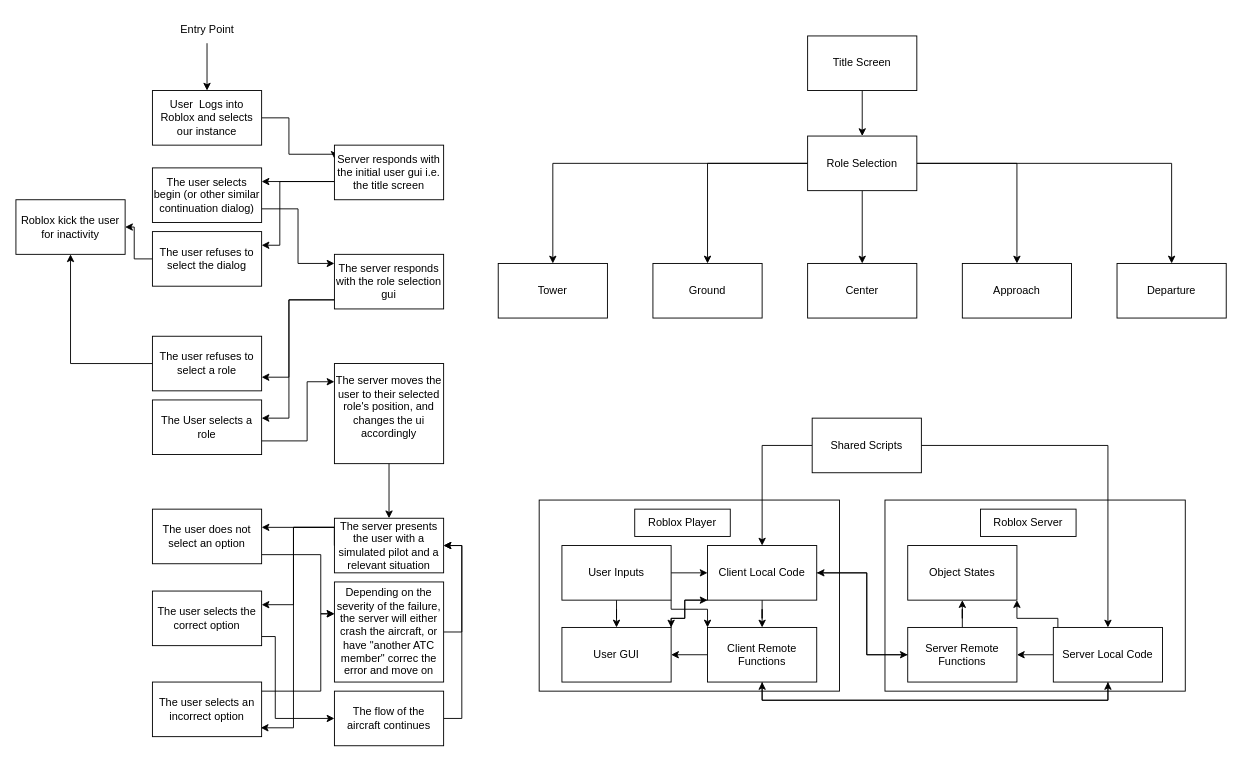
The draw.io diagram High_Level_Design.drawio in apant265/RobloxAirportSim, before the edit. Source tidied: cells renumbered, new cells numbered last; positions are measured from the earlier drawing's top-left corner, leaving out a move shared by most shapes. Both pictures are drawn from the tidied source at 91%, with x=0, y=0 at pixel (15, 15).
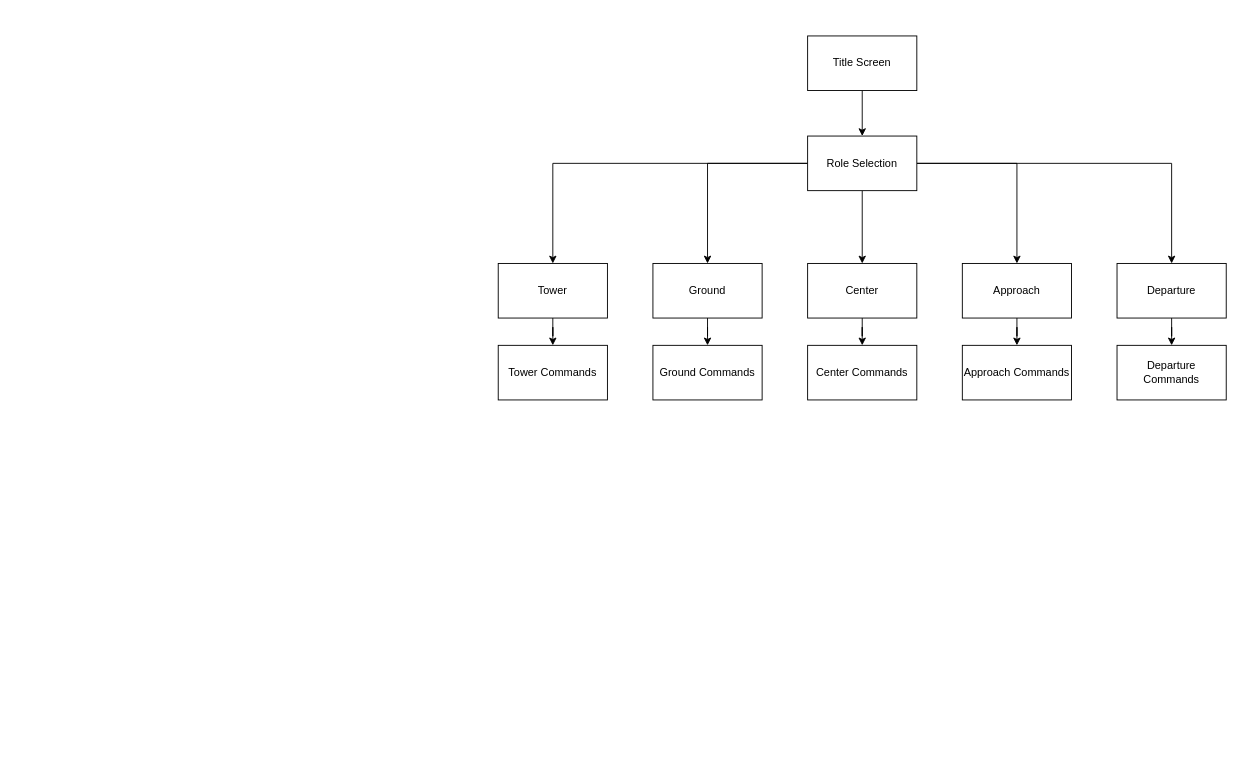
After the change.

Commit message (it also covers changes not shown here):
Added detail design and updated High level design

The change refers to these unchanged cells:
```xml
<mxCell id="10" value="Tower" style="rounded=0;whiteSpace=wrap;html=1;" parent="1" vertex="1">
  <mxGeometry x="530" y="272" width="120" height="60" as="geometry" />
</mxCell>
<mxCell id="11" value="Ground" style="rounded=0;whiteSpace=wrap;html=1;" parent="1" vertex="1">
  <mxGeometry x="700" y="272" width="120" height="60" as="geometry" />
</mxCell>
<mxCell id="12" value="Center" style="rounded=0;whiteSpace=wrap;html=1;" parent="1" vertex="1">
  <mxGeometry x="870" y="272" width="120" height="60" as="geometry" />
</mxCell>
<mxCell id="13" value="Approach" style="rounded=0;whiteSpace=wrap;html=1;" parent="1" vertex="1">
  <mxGeometry x="1040" y="272" width="120" height="60" as="geometry" />
</mxCell>
<mxCell id="14" value="Departure" style="rounded=0;whiteSpace=wrap;html=1;" parent="1" vertex="1">
  <mxGeometry x="1210" y="272" width="120" height="60" as="geometry" />
</mxCell>
```

What changed in the source:
```diff
@@
+    <mxCell id="78" style="edgeStyle=orthogonalEdgeStyle;rounded=0;jettySize=auto;html=1;" parent="1" edge="1" source="10" target="83">
+      <mxGeometry relative="1" as="geometry" />
+    </mxCell>
@@
+    <mxCell id="79" style="edgeStyle=orthogonalEdgeStyle;rounded=0;jettySize=auto;html=1;" parent="1" edge="1" source="11" target="84">
+      <mxGeometry relative="1" as="geometry" />
+    </mxCell>
@@
+    <mxCell id="80" style="edgeStyle=orthogonalEdgeStyle;rounded=0;jettySize=auto;html=1;" parent="1" edge="1" source="12" target="85">
+      <mxGeometry relative="1" as="geometry" />
+    </mxCell>
@@
+    <mxCell id="81" style="edgeStyle=orthogonalEdgeStyle;rounded=0;jettySize=auto;html=1;" parent="1" edge="1" source="13" target="86">
+      <mxGeometry relative="1" as="geometry" />
+    </mxCell>
@@
+    <mxCell id="82" style="edgeStyle=orthogonalEdgeStyle;rounded=0;jettySize=auto;html=1;" parent="1" edge="1" source="14" target="87">
+      <mxGeometry relative="1" as="geometry" />
+    </mxCell>
@@
-    <mxCell id="15" style="edgeStyle=orthogonalEdgeStyle;rounded=0;jettySize=auto;html=1;entryX=0;entryY=0.25;entryDx=0;entryDy=0;" parent="1" edge="1" source="16" target="19">
-      <mxGeometry relative="1" as="geometry">
-        <Array as="points">
-          <mxPoint x="300" y="112" />
-          <mxPoint x="300" y="152" />
-          <mxPoint x="350" y="152" />
-        </Array>
-      </mxGeometry>
-    </mxCell>
-    <mxCell id="16" value="User&amp;nbsp; Logs into Roblox and selects our instance" style="rounded=0;whiteSpace=wrap;html=1;" parent="1" vertex="1">
-      <mxGeometry x="150" y="82" width="120" height="60" as="geometry" />
-    </mxCell>
-    <mxCell id="17" style="edgeStyle=orthogonalEdgeStyle;rounded=0;jettySize=auto;html=1;entryX=1;entryY=0.25;entryDx=0;entryDy=0;" parent="1" edge="1" source="19" target="21">
-      <mxGeometry relative="1" as="geometry">
-        <Array as="points">
-          <mxPoint x="320" y="182" />
-          <mxPoint x="320" y="182" />
-        </Array>
-      </mxGeometry>
-    </mxCell>
-    <mxCell id="18" style="edgeStyle=orthogonalEdgeStyle;rounded=0;jettySize=auto;html=1;entryX=1;entryY=0.25;entryDx=0;entryDy=0;" parent="1" edge="1" source="19" target="39">
-      <mxGeometry relative="1" as="geometry">
-        <Array as="points">
-          <mxPoint x="290" y="182" />
-          <mxPoint x="290" y="252" />
-        </Array>
-      </mxGeometry>
-    </mxCell>
-    <mxCell id="19" value="Server responds with the initial user gui i.e. the title screen" style="rounded=0;whiteSpace=wrap;html=1;" parent="1" vertex="1">
-      <mxGeometry x="350" y="142" width="120" height="60" as="geometry" />
-    </mxCell>
-    <mxCell id="20" style="edgeStyle=orthogonalEdgeStyle;rounded=0;jettySize=auto;html=1;exitX=1;exitY=0.75;exitDx=0;exitDy=0;" parent="1" edge="1" source="21" target="24">
-      <mxGeometry relative="1" as="geometry">
-        <Array as="points">
-          <mxPoint x="310" y="212" />
-          <mxPoint x="310" y="272" />
-        </Array>
-      </mxGeometry>
-    </mxCell>
-    <mxCell id="21" value="The user selects begin (or other similar continuation dialog)" style="rounded=0;whiteSpace=wrap;html=1;" parent="1" vertex="1">
-      <mxGeometry x="150" y="167" width="120" height="60" as="geometry" />
-    </mxCell>
-    <mxCell id="22" style="edgeStyle=orthogonalEdgeStyle;rounded=0;jettySize=auto;html=1;" parent="1" edge="1" source="24" target="26">
-      <mxGeometry relative="1" as="geometry">
-        <Array as="points">
-          <mxPoint x="300" y="312" />
-          <mxPoint x="300" y="442" />
-        </Array>
-      </mxGeometry>
-    </mxCell>
-    <mxCell id="23" style="edgeStyle=orthogonalEdgeStyle;rounded=0;jettySize=auto;html=1;entryX=1;entryY=0.75;entryDx=0;entryDy=0;" parent="1" edge="1" source="24" target="41">
-      <mxGeometry relative="1" as="geometry">
-        <Array as="points">
-          <mxPoint x="300" y="312" />
-          <mxPoint x="300" y="397" />
-        </Array>
-      </mxGeometry>
-    </mxCell>
-    <mxCell id="24" value="The server responds with the role selection gui" style="rounded=0;whiteSpace=wrap;html=1;" parent="1" vertex="1">
-      <mxGeometry x="350" y="262" width="120" height="60" as="geometry" />
-    </mxCell>
-    <mxCell id="25" style="edgeStyle=orthogonalEdgeStyle;rounded=0;jettySize=auto;html=1;exitX=1;exitY=0.75;exitDx=0;exitDy=0;" parent="1" edge="1" source="26" target="28">
-      <mxGeometry relative="1" as="geometry">
-        <Array as="points">
-          <mxPoint x="320" y="467" />
-          <mxPoint x="320" y="402" />
-        </Array>
-      </mxGeometry>
-    </mxCell>
-    <mxCell id="26" value="The User selects a role" style="rounded=0;whiteSpace=wrap;html=1;" parent="1" vertex="1">
-      <mxGeometry x="150" y="422" width="120" height="60" as="geometry" />
-    </mxCell>
-    <mxCell id="27" style="edgeStyle=orthogonalEdgeStyle;rounded=0;jettySize=auto;html=1;entryX=0.5;entryY=0;entryDx=0;entryDy=0;" parent="1" edge="1" source="28" target="32">
-      <mxGeometry relative="1" as="geometry" />
-    </mxCell>
-    <mxCell id="28" value="&lt;div&gt;The server moves the user to their selected role's position, and changes the ui accordingly&lt;/div&gt;&lt;div&gt;&lt;br&gt;&lt;/div&gt;" style="rounded=0;whiteSpace=wrap;html=1;" parent="1" vertex="1">
-      <mxGeometry x="350" y="382" width="120" height="110" as="geometry" />
-    </mxCell>
-    <mxCell id="29" style="edgeStyle=orthogonalEdgeStyle;rounded=0;jettySize=auto;html=1;exitX=0;exitY=0.5;exitDx=0;exitDy=0;entryX=1;entryY=0.25;entryDx=0;entryDy=0;" parent="1" edge="1" source="32" target="34">
-      <mxGeometry relative="1" as="geometry">
-        <Array as="points">
-          <mxPoint x="350" y="562" />
-          <mxPoint x="305" y="562" />
-          <mxPoint x="305" y="647" />
-        </Array>
-      </mxGeometry>
-    </mxCell>
-    <mxCell id="30" style="edgeStyle=orthogonalEdgeStyle;rounded=0;jettySize=auto;html=1;exitX=0;exitY=0.5;exitDx=0;exitDy=0;entryX=0.992;entryY=0.838;entryDx=0;entryDy=0;entryPerimeter=0;" parent="1" edge="1" source="32" target="36">
-      <mxGeometry relative="1" as="geometry">
-        <Array as="points">
-          <mxPoint x="350" y="562" />
-          <mxPoint x="305" y="562" />
-          <mxPoint x="305" y="782" />
-        </Array>
-      </mxGeometry>
-    </mxCell>
-    <mxCell id="31" style="edgeStyle=orthogonalEdgeStyle;rounded=0;jettySize=auto;html=1;" parent="1" edge="1" source="32" target="43">
-      <mxGeometry relative="1" as="geometry">
-        <Array as="points">
-          <mxPoint x="305" y="562" />
-          <mxPoint x="305" y="562" />
-        </Array>
-      </mxGeometry>
-    </mxCell>
-    <mxCell id="32" value="The server presents the user with a simulated pilot and a relevant situation" style="rounded=0;whiteSpace=wrap;html=1;" parent="1" vertex="1">
-      <mxGeometry x="350" y="552" width="120" height="60" as="geometry" />
-    </mxCell>
-    <mxCell id="33" style="edgeStyle=orthogonalEdgeStyle;rounded=0;jettySize=auto;html=1;entryX=0;entryY=0.5;entryDx=0;entryDy=0;" parent="1" edge="1" source="34" target="47">
-      <mxGeometry relative="1" as="geometry">
-        <Array as="points">
-          <mxPoint x="285" y="682" />
-          <mxPoint x="285" y="772" />
-        </Array>
-      </mxGeometry>
-    </mxCell>
-    <mxCell id="34" value="The user selects the correct option" style="rounded=0;whiteSpace=wrap;html=1;" parent="1" vertex="1">
-      <mxGeometry x="150" y="632" width="120" height="60" as="geometry" />
-    </mxCell>
-    <mxCell id="35" style="edgeStyle=orthogonalEdgeStyle;rounded=0;jettySize=auto;html=1;" parent="1" edge="1" source="36" target="45">
-      <mxGeometry relative="1" as="geometry">
-        <Array as="points">
-          <mxPoint x="335" y="742" />
-          <mxPoint x="335" y="657" />
-        </Array>
-      </mxGeometry>
-    </mxCell>
-    <mxCell id="36" value="&lt;div&gt;The user selects an incorrect option&lt;/div&gt;" style="rounded=0;whiteSpace=wrap;html=1;" parent="1" vertex="1">
-      <mxGeometry x="150" y="732" width="120" height="60" as="geometry" />
-    </mxCell>
-    <mxCell id="37" value="Roblox kick the user for inactivity" style="rounded=0;whiteSpace=wrap;html=1;" parent="1" vertex="1">
-      <mxGeometry y="202" width="120" height="60" as="geometry" />
-    </mxCell>
-    <mxCell id="38" style="edgeStyle=orthogonalEdgeStyle;rounded=0;jettySize=auto;html=1;entryX=1;entryY=0.5;entryDx=0;entryDy=0;" parent="1" edge="1" source="39" target="37">
-      <mxGeometry relative="1" as="geometry" />
-    </mxCell>
-    <mxCell id="39" value="The user refuses to select the dialog" style="rounded=0;whiteSpace=wrap;html=1;" parent="1" vertex="1">
-      <mxGeometry x="150" y="237" width="120" height="60" as="geometry" />
-    </mxCell>
-    <mxCell id="40" style="edgeStyle=orthogonalEdgeStyle;rounded=0;jettySize=auto;html=1;entryX=0.5;entryY=1;entryDx=0;entryDy=0;" parent="1" edge="1" source="41" target="37">
-      <mxGeometry relative="1" as="geometry" />
-    </mxCell>
-    <mxCell id="41" value="The user refuses to select a role" style="rounded=0;whiteSpace=wrap;html=1;" parent="1" vertex="1">
-      <mxGeometry x="150" y="352" width="120" height="60" as="geometry" />
-    </mxCell>
-    <mxCell id="42" style="edgeStyle=orthogonalEdgeStyle;rounded=0;jettySize=auto;html=1;" parent="1" edge="1" source="43" target="45">
-      <mxGeometry relative="1" as="geometry">
-        <Array as="points">
-          <mxPoint x="335" y="592" />
-          <mxPoint x="335" y="657" />
-        </Array>
-      </mxGeometry>
-    </mxCell>
-    <mxCell id="43" value="The user does not select an option" style="rounded=0;whiteSpace=wrap;html=1;" parent="1" vertex="1">
-      <mxGeometry x="150" y="542" width="120" height="60" as="geometry" />
-    </mxCell>
-    <mxCell id="44" style="edgeStyle=orthogonalEdgeStyle;rounded=0;jettySize=auto;html=1;entryX=1;entryY=0.5;entryDx=0;entryDy=0;" parent="1" edge="1" source="45" target="32">
-      <mxGeometry relative="1" as="geometry">
-        <Array as="points">
-          <mxPoint x="490" y="677" />
-          <mxPoint x="490" y="582" />
-        </Array>
-      </mxGeometry>
-    </mxCell>
-    <mxCell id="45" value="Depending on the severity of the failure, the server will either crash the aircraft, or have &quot;another ATC member&quot; correc the error and move on" style="rounded=0;whiteSpace=wrap;html=1;" parent="1" vertex="1">
-      <mxGeometry x="350" y="622" width="120" height="110" as="geometry" />
-    </mxCell>
-    <mxCell id="46" style="edgeStyle=orthogonalEdgeStyle;rounded=0;jettySize=auto;html=1;entryX=1;entryY=0.5;entryDx=0;entryDy=0;" parent="1" edge="1" source="47" target="32">
-      <mxGeometry relative="1" as="geometry">
-        <Array as="points">
-          <mxPoint x="490" y="772" />
-          <mxPoint x="490" y="582" />
-        </Array>
-      </mxGeometry>
-    </mxCell>
-    <mxCell id="47" value="The flow of the aircraft continues" style="rounded=0;whiteSpace=wrap;html=1;" parent="1" vertex="1">
-      <mxGeometry x="350" y="742" width="120" height="60" as="geometry" />
-    </mxCell>
-    <mxCell id="48" style="rounded=0;whiteSpace=wrap;html=1;" parent="1" vertex="1">
-      <mxGeometry x="575" y="532" width="330" height="210" as="geometry" />
-    </mxCell>
-    <mxCell id="49" style="edgeStyle=orthogonalEdgeStyle;rounded=0;jettySize=auto;html=1;entryX=0;entryY=0.5;entryDx=0;entryDy=0;" parent="1" edge="1" source="52" target="55">
-      <mxGeometry relative="1" as="geometry" />
-    </mxCell>
-    <mxCell id="50" style="edgeStyle=orthogonalEdgeStyle;rounded=0;jettySize=auto;html=1;entryX=0;entryY=0;entryDx=0;entryDy=0;exitX=1;exitY=1;exitDx=0;exitDy=0;" parent="1" edge="1" source="52" target="59">
-      <mxGeometry relative="1" as="geometry">
-        <Array as="points">
-          <mxPoint x="720" y="652" />
-          <mxPoint x="760" y="652" />
-        </Array>
-      </mxGeometry>
-    </mxCell>
-    <mxCell id="51" style="edgeStyle=orthogonalEdgeStyle;rounded=0;jettySize=auto;html=1;entryX=0.5;entryY=0;entryDx=0;entryDy=0;" parent="1" edge="1" source="52" target="57">
-      <mxGeometry relative="1" as="geometry" />
-    </mxCell>
-    <mxCell id="52" value="User Inputs" style="rounded=0;whiteSpace=wrap;html=1;" parent="1" vertex="1">
-      <mxGeometry x="600" y="582" width="120" height="60" as="geometry" />
-    </mxCell>
-    <mxCell id="53" style="edgeStyle=orthogonalEdgeStyle;rounded=0;jettySize=auto;html=1;entryX=1;entryY=0;entryDx=0;entryDy=0;exitX=0;exitY=1;exitDx=0;exitDy=0;" parent="1" edge="1" source="55" target="57">
-      <mxGeometry relative="1" as="geometry">
-        <Array as="points">
-          <mxPoint x="735" y="642" />
-          <mxPoint x="735" y="662" />
-          <mxPoint x="720" y="662" />
-        </Array>
-      </mxGeometry>
-    </mxCell>
-    <mxCell id="54" style="edgeStyle=orthogonalEdgeStyle;rounded=0;jettySize=auto;html=1;entryX=0.5;entryY=0;entryDx=0;entryDy=0;" parent="1" edge="1" source="55" target="59">
-      <mxGeometry relative="1" as="geometry" />
-    </mxCell>
-    <mxCell id="55" value="Client Local Code" style="rounded=0;whiteSpace=wrap;html=1;" parent="1" vertex="1">
-      <mxGeometry x="760" y="582" width="120" height="60" as="geometry" />
-    </mxCell>
-    <mxCell id="56" style="edgeStyle=orthogonalEdgeStyle;rounded=0;jettySize=auto;html=1;entryX=0;entryY=1;entryDx=0;entryDy=0;exitX=1;exitY=0;exitDx=0;exitDy=0;" parent="1" edge="1" source="57" target="55">
-      <mxGeometry relative="1" as="geometry">
-        <Array as="points">
-          <mxPoint x="720" y="662" />
-          <mxPoint x="735" y="662" />
-          <mxPoint x="735" y="642" />
-        </Array>
-      </mxGeometry>
-    </mxCell>
-    <mxCell id="57" value="User GUI" style="rounded=0;whiteSpace=wrap;html=1;" parent="1" vertex="1">
-      <mxGeometry x="600" y="672" width="120" height="60" as="geometry" />
-    </mxCell>
-    <mxCell id="58" style="edgeStyle=orthogonalEdgeStyle;rounded=0;jettySize=auto;html=1;entryX=1;entryY=0.5;entryDx=0;entryDy=0;" parent="1" edge="1" source="59" target="57">
-      <mxGeometry relative="1" as="geometry" />
-    </mxCell>
-    <mxCell id="59" value="Client Remote Functions" style="rounded=0;whiteSpace=wrap;html=1;" parent="1" vertex="1">
-      <mxGeometry x="760" y="672" width="120" height="60" as="geometry" />
-    </mxCell>
-    <mxCell id="60" value="Roblox Player" style="rounded=0;whiteSpace=wrap;html=1;" parent="1" vertex="1">
-      <mxGeometry x="680" y="542" width="105" height="30" as="geometry" />
-    </mxCell>
-    <mxCell id="61" style="rounded=0;whiteSpace=wrap;html=1;" parent="1" vertex="1">
-      <mxGeometry x="955" y="532" width="330" height="210" as="geometry" />
-    </mxCell>
-    <mxCell id="62" value="Object States" style="rounded=0;whiteSpace=wrap;html=1;" parent="1" vertex="1">
-      <mxGeometry x="980" y="582" width="120" height="60" as="geometry" />
-    </mxCell>
-    <mxCell id="63" style="edgeStyle=orthogonalEdgeStyle;rounded=0;jettySize=auto;html=1;entryX=1;entryY=0.5;entryDx=0;entryDy=0;" parent="1" edge="1" source="65" target="55">
-      <mxGeometry relative="1" as="geometry">
-        <Array as="points">
-          <mxPoint x="935" y="702" />
-          <mxPoint x="935" y="612" />
-        </Array>
-      </mxGeometry>
-    </mxCell>
-    <mxCell id="64" style="edgeStyle=orthogonalEdgeStyle;rounded=0;jettySize=auto;html=1;" parent="1" edge="1" source="65" target="62">
-      <mxGeometry relative="1" as="geometry" />
-    </mxCell>
-    <mxCell id="65" value="Server Remote Functions" style="rounded=0;whiteSpace=wrap;html=1;" parent="1" vertex="1">
-      <mxGeometry x="980" y="672" width="120" height="60" as="geometry" />
-    </mxCell>
-    <mxCell id="66" style="edgeStyle=orthogonalEdgeStyle;rounded=0;jettySize=auto;html=1;entryX=0.5;entryY=1;entryDx=0;entryDy=0;" parent="1" edge="1" source="69" target="59">
-      <mxGeometry relative="1" as="geometry">
-        <Array as="points">
-          <mxPoint x="1200" y="752" />
-          <mxPoint x="820" y="752" />
-        </Array>
-      </mxGeometry>
-    </mxCell>
-    <mxCell id="67" style="edgeStyle=orthogonalEdgeStyle;rounded=0;jettySize=auto;html=1;entryX=1;entryY=1;entryDx=0;entryDy=0;" parent="1" edge="1" source="69" target="62">
-      <mxGeometry relative="1" as="geometry">
-        <Array as="points">
-          <mxPoint x="1145" y="662" />
-          <mxPoint x="1100" y="662" />
-        </Array>
-      </mxGeometry>
-    </mxCell>
-    <mxCell id="68" style="edgeStyle=orthogonalEdgeStyle;rounded=0;jettySize=auto;html=1;" parent="1" edge="1" source="69" target="65">
-      <mxGeometry relative="1" as="geometry" />
-    </mxCell>
-    <mxCell id="69" value="Server Local Code" style="rounded=0;whiteSpace=wrap;html=1;" parent="1" vertex="1">
-      <mxGeometry x="1140" y="672" width="120" height="60" as="geometry" />
-    </mxCell>
-    <mxCell id="70" value="&lt;div&gt;Roblox Server&lt;/div&gt;" style="rounded=0;whiteSpace=wrap;html=1;" parent="1" vertex="1">
-      <mxGeometry x="1060" y="542" width="105" height="30" as="geometry" />
-    </mxCell>
-    <mxCell id="71" style="edgeStyle=orthogonalEdgeStyle;rounded=0;jettySize=auto;html=1;entryX=0.5;entryY=1;entryDx=0;entryDy=0;" parent="1" edge="1" source="59" target="69">
-      <mxGeometry relative="1" as="geometry">
-        <Array as="points">
-          <mxPoint x="820" y="752" />
-          <mxPoint x="1200" y="752" />
-        </Array>
-      </mxGeometry>
-    </mxCell>
-    <mxCell id="72" style="edgeStyle=orthogonalEdgeStyle;rounded=0;jettySize=auto;html=1;entryX=0;entryY=0.5;entryDx=0;entryDy=0;" parent="1" edge="1" source="55" target="65">
-      <mxGeometry relative="1" as="geometry">
-        <Array as="points">
-          <mxPoint x="935" y="612" />
-          <mxPoint x="935" y="702" />
-        </Array>
-      </mxGeometry>
-    </mxCell>
-    <mxCell id="73" style="edgeStyle=orthogonalEdgeStyle;rounded=0;jettySize=auto;html=1;entryX=0.5;entryY=0;entryDx=0;entryDy=0;" parent="1" edge="1" source="75" target="55">
-      <mxGeometry relative="1" as="geometry">
-        <Array as="points">
-          <mxPoint x="820" y="472" />
-        </Array>
-      </mxGeometry>
-    </mxCell>
-    <mxCell id="74" style="edgeStyle=orthogonalEdgeStyle;rounded=0;jettySize=auto;html=1;entryX=0.5;entryY=0;entryDx=0;entryDy=0;" parent="1" edge="1" source="75" target="69">
-      <mxGeometry relative="1" as="geometry" />
-    </mxCell>
-    <mxCell id="75" value="&lt;div&gt;Shared Scripts&lt;/div&gt;" style="rounded=0;whiteSpace=wrap;html=1;" parent="1" vertex="1">
-      <mxGeometry x="875" y="442" width="120" height="60" as="geometry" />
-    </mxCell>
-    <mxCell id="76" style="endArrow=classic;html=1;rounded=0;entryX=0.5;entryY=0;entryDx=0;entryDy=0;" parent="1" edge="1" source="77" target="16">
-      <mxGeometry relative="1" as="geometry" />
-    </mxCell>
-    <mxCell id="77" value="Entry Point" style="text;html=1;align=center;verticalAlign=middle;points=[];strokeColor=none;fillColor=none;" parent="1" vertex="1">
-      <mxGeometry x="170" width="80" height="30" as="geometry" />
-    </mxCell>
+    <mxCell id="83" value="Tower Commands" style="rounded=0;whiteSpace=wrap;html=1;" parent="1" vertex="1">
+      <mxGeometry x="530" y="362" width="120" height="60" as="geometry" />
+    </mxCell>
+    <mxCell id="84" value="Ground Commands" style="rounded=0;whiteSpace=wrap;html=1;" parent="1" vertex="1">
+      <mxGeometry x="700" y="362" width="120" height="60" as="geometry" />
+    </mxCell>
+    <mxCell id="85" value="Center Commands" style="rounded=0;whiteSpace=wrap;html=1;" parent="1" vertex="1">
+      <mxGeometry x="870" y="362" width="120" height="60" as="geometry" />
+    </mxCell>
+    <mxCell id="86" value="Approach Commands" style="rounded=0;whiteSpace=wrap;html=1;" parent="1" vertex="1">
+      <mxGeometry x="1040" y="362" width="120" height="60" as="geometry" />
+    </mxCell>
+    <mxCell id="87" value="Departure Commands" style="rounded=0;whiteSpace=wrap;html=1;" parent="1" vertex="1">
+      <mxGeometry x="1210" y="362" width="120" height="60" as="geometry" />
+    </mxCell>
```
